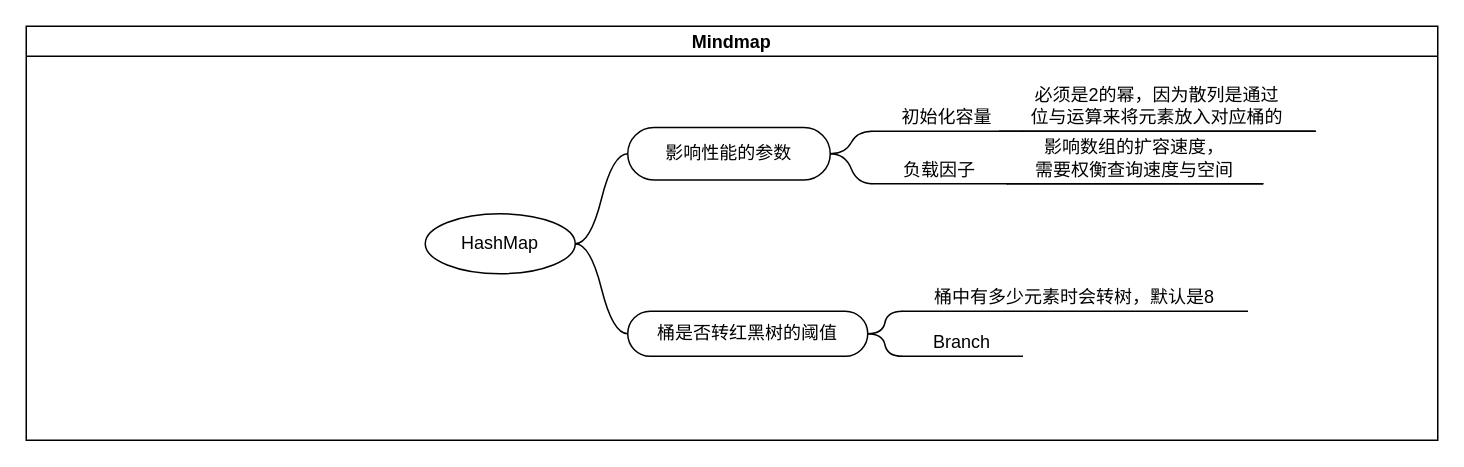
Earlier version of the draw.io diagram draw/HashMap源码.drawio (yaniv-walker/note_images). Source tidied: cells renumbered, new cells numbered last; positions are measured from the earlier drawing's top-left corner, leaving out a move shared by most shapes. Both pictures are drawn from the tidied source at 150%, with x=0, y=0 at pixel (26, 26).
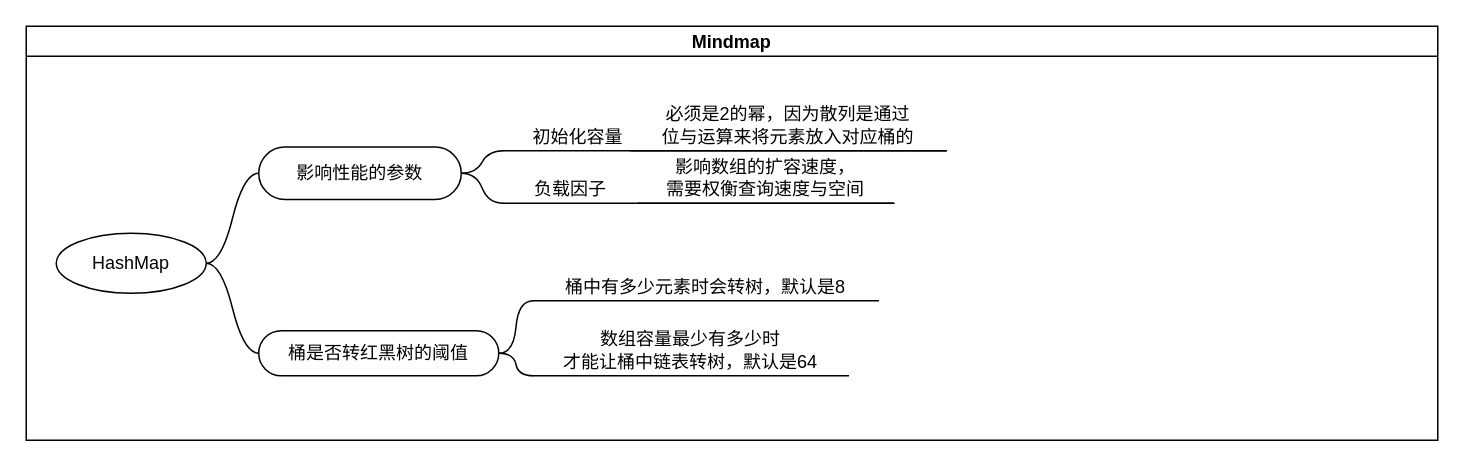
After the change.

Change to the diagram source:
```diff
@@
 <mxGraphModel>
   <root>
     <mxCell id="0" />
     <mxCell id="1" parent="0" />
     <mxCell id="2" value="Mindmap" style="swimlane;startSize=20;horizontal=1;containerType=tree;" parent="1" vertex="1">
       <mxGeometry width="941" height="276" as="geometry" />
     </mxCell>
     <mxCell id="3" style="edgeStyle=entityRelationEdgeStyle;startArrow=none;endArrow=none;segment=10;curved=1;sourcePerimeterSpacing=0;targetPerimeterSpacing=0;rounded=0;" parent="2" edge="1" source="4" target="5">
       <mxGeometry relative="1" as="geometry" />
     </mxCell>
     <mxCell id="4" value="HashMap" style="ellipse;whiteSpace=wrap;html=1;align=center;newEdgeStyle={&quot;edgeStyle&quot;:&quot;entityRelationEdgeStyle&quot;,&quot;startArrow&quot;:&quot;none&quot;,&quot;endArrow&quot;:&quot;none&quot;,&quot;segment&quot;:10,&quot;curved&quot;:1,&quot;sourcePerimeterSpacing&quot;:0,&quot;targetPerimeterSpacing&quot;:0};" parent="2" vertex="1">
-      <mxGeometry x="266" y="125" width="100" height="40" as="geometry" />
+      <mxGeometry x="20" y="138" width="100" height="40" as="geometry" />
     </mxCell>
     <mxCell id="5" value="影响性能的参数" style="whiteSpace=wrap;html=1;rounded=1;arcSize=50;align=center;verticalAlign=middle;strokeWidth=1;spacing=4;newEdgeStyle={&quot;edgeStyle&quot;:&quot;entityRelationEdgeStyle&quot;,&quot;startArrow&quot;:&quot;none&quot;,&quot;endArrow&quot;:&quot;none&quot;,&quot;segment&quot;:10,&quot;curved&quot;:1,&quot;sourcePerimeterSpacing&quot;:0,&quot;targetPerimeterSpacing&quot;:0};" parent="2" vertex="1">
-      <mxGeometry x="401" y="67.5" width="135" height="35" as="geometry" />
+      <mxGeometry x="155" y="80.5" width="135" height="35" as="geometry" />
     </mxCell>
     <mxCell id="6" value="初始化容量" style="whiteSpace=wrap;html=1;shape=partialRectangle;top=0;left=0;bottom=1;right=0;points=[[0,1],[1,1]];fillColor=none;align=center;verticalAlign=bottom;routingCenterY=0.5;snapToPoint=1;newEdgeStyle={&quot;edgeStyle&quot;:&quot;entityRelationEdgeStyle&quot;,&quot;startArrow&quot;:&quot;none&quot;,&quot;endArrow&quot;:&quot;none&quot;,&quot;segment&quot;:10,&quot;curved&quot;:1,&quot;sourcePerimeterSpacing&quot;:0,&quot;targetPerimeterSpacing&quot;:0};" parent="2" vertex="1">
-      <mxGeometry x="564" y="40" width="100" height="30" as="geometry" />
+      <mxGeometry x="318" y="53" width="100" height="30" as="geometry" />
     </mxCell>
     <mxCell id="7" style="edgeStyle=entityRelationEdgeStyle;startArrow=none;endArrow=none;segment=10;curved=1;sourcePerimeterSpacing=0;targetPerimeterSpacing=0;rounded=0;exitX=1;exitY=0.5;exitDx=0;exitDy=0;" parent="2" edge="1" source="5" target="6">
       <mxGeometry relative="1" as="geometry" />
     </mxCell>
     <mxCell id="8" value="负载因子" style="whiteSpace=wrap;html=1;shape=partialRectangle;top=0;left=0;bottom=1;right=0;points=[[0,1],[1,1]];fillColor=none;align=center;verticalAlign=bottom;routingCenterY=0.5;snapToPoint=1;newEdgeStyle={&quot;edgeStyle&quot;:&quot;entityRelationEdgeStyle&quot;,&quot;startArrow&quot;:&quot;none&quot;,&quot;endArrow&quot;:&quot;none&quot;,&quot;segment&quot;:10,&quot;curved&quot;:1,&quot;sourcePerimeterSpacing&quot;:0,&quot;targetPerimeterSpacing&quot;:0};" parent="2" vertex="1">
-      <mxGeometry x="564" y="75" width="90" height="30" as="geometry" />
+      <mxGeometry x="318" y="88" width="90" height="30" as="geometry" />
     </mxCell>
     <mxCell id="9" style="edgeStyle=entityRelationEdgeStyle;startArrow=none;endArrow=none;segment=10;curved=1;sourcePerimeterSpacing=0;targetPerimeterSpacing=0;rounded=0;exitX=1;exitY=0.5;exitDx=0;exitDy=0;" parent="2" edge="1" source="5" target="8">
       <mxGeometry relative="1" as="geometry" />
     </mxCell>
     <mxCell id="10" style="edgeStyle=entityRelationEdgeStyle;startArrow=none;endArrow=none;segment=10;curved=1;sourcePerimeterSpacing=0;targetPerimeterSpacing=0;rounded=0;exitX=1;exitY=1;exitDx=0;exitDy=0;" parent="2" edge="1" source="6" target="11">
       <mxGeometry relative="1" as="geometry" />
     </mxCell>
     <mxCell id="11" value="必须是2的幂，因为散列是通过&lt;br&gt;位与运算来将元素放入对应桶的" style="whiteSpace=wrap;html=1;shape=partialRectangle;top=0;left=0;bottom=1;right=0;points=[[0,1],[1,1]];fillColor=none;align=center;verticalAlign=bottom;routingCenterY=0.5;snapToPoint=1;newEdgeStyle={&quot;edgeStyle&quot;:&quot;entityRelationEdgeStyle&quot;,&quot;startArrow&quot;:&quot;none&quot;,&quot;endArrow&quot;:&quot;none&quot;,&quot;segment&quot;:10,&quot;curved&quot;:1,&quot;sourcePerimeterSpacing&quot;:0,&quot;targetPerimeterSpacing&quot;:0};" parent="2" vertex="1">
-      <mxGeometry x="649" y="30" width="210" height="40" as="geometry" />
+      <mxGeometry x="403" y="43" width="210" height="40" as="geometry" />
     </mxCell>
     <mxCell id="12" style="edgeStyle=entityRelationEdgeStyle;startArrow=none;endArrow=none;segment=10;curved=1;sourcePerimeterSpacing=0;targetPerimeterSpacing=0;rounded=0;exitX=1;exitY=1;exitDx=0;exitDy=0;" parent="2" edge="1" source="8" target="13">
       <mxGeometry relative="1" as="geometry" />
     </mxCell>
     <mxCell id="13" value="影响数组的扩容速度，&lt;br&gt;需要权衡查询速度与空间" style="whiteSpace=wrap;html=1;shape=partialRectangle;top=0;left=0;bottom=1;right=0;points=[[0,1],[1,1]];fillColor=none;align=center;verticalAlign=bottom;routingCenterY=0.5;snapToPoint=1;newEdgeStyle={&quot;edgeStyle&quot;:&quot;entityRelationEdgeStyle&quot;,&quot;startArrow&quot;:&quot;none&quot;,&quot;endArrow&quot;:&quot;none&quot;,&quot;segment&quot;:10,&quot;curved&quot;:1,&quot;sourcePerimeterSpacing&quot;:0,&quot;targetPerimeterSpacing&quot;:0};" parent="2" vertex="1">
-      <mxGeometry x="654" y="65" width="170" height="40" as="geometry" />
+      <mxGeometry x="408" y="78" width="170" height="40" as="geometry" />
     </mxCell>
     <mxCell id="14" style="edgeStyle=entityRelationEdgeStyle;startArrow=none;endArrow=none;segment=10;curved=1;sourcePerimeterSpacing=0;targetPerimeterSpacing=0;rounded=0;" parent="2" edge="1" source="4" target="15">
       <mxGeometry relative="1" as="geometry" />
     </mxCell>
     <mxCell id="15" value="桶是否转红黑树的阈值" style="whiteSpace=wrap;html=1;rounded=1;arcSize=50;align=center;verticalAlign=middle;strokeWidth=1;spacing=4;newEdgeStyle={&quot;edgeStyle&quot;:&quot;entityRelationEdgeStyle&quot;,&quot;startArrow&quot;:&quot;none&quot;,&quot;endArrow&quot;:&quot;none&quot;,&quot;segment&quot;:10,&quot;curved&quot;:1,&quot;sourcePerimeterSpacing&quot;:0,&quot;targetPerimeterSpacing&quot;:0};" parent="2" vertex="1">
-      <mxGeometry x="401" y="190" width="160" height="30" as="geometry" />
+      <mxGeometry x="155" y="203" width="160" height="30" as="geometry" />
     </mxCell>
     <mxCell id="16" value="桶中有多少元素时会转树，默认是8" style="whiteSpace=wrap;html=1;shape=partialRectangle;top=0;left=0;bottom=1;right=0;points=[[0,1],[1,1]];fillColor=none;align=center;verticalAlign=bottom;routingCenterY=0.5;snapToPoint=1;newEdgeStyle={&quot;edgeStyle&quot;:&quot;entityRelationEdgeStyle&quot;,&quot;startArrow&quot;:&quot;none&quot;,&quot;endArrow&quot;:&quot;none&quot;,&quot;segment&quot;:10,&quot;curved&quot;:1,&quot;sourcePerimeterSpacing&quot;:0,&quot;targetPerimeterSpacing&quot;:0};" parent="2" vertex="1">
-      <mxGeometry x="584" y="160" width="230" height="30" as="geometry" />
+      <mxGeometry x="338" y="153" width="230" height="30" as="geometry" />
     </mxCell>
     <mxCell id="17" style="edgeStyle=entityRelationEdgeStyle;startArrow=none;endArrow=none;segment=10;curved=1;sourcePerimeterSpacing=0;targetPerimeterSpacing=0;rounded=0;" parent="2" edge="1" source="15" target="16">
-      <mxGeometry x="641" y="195" as="geometry" />
+      <mxGeometry x="395" y="208" as="geometry" />
     </mxCell>
     <mxCell id="18" style="edgeStyle=entityRelationEdgeStyle;startArrow=none;endArrow=none;segment=10;curved=1;sourcePerimeterSpacing=0;targetPerimeterSpacing=0;rounded=0;" parent="2" edge="1" source="15" target="19">
-      <mxGeometry x="641" y="195" as="geometry" />
+      <mxGeometry x="395" y="208" as="geometry" />
     </mxCell>
-    <mxCell id="19" value="Branch" style="whiteSpace=wrap;html=1;shape=partialRectangle;top=0;left=0;bottom=1;right=0;points=[[0,1],[1,1]];fillColor=none;align=center;verticalAlign=bottom;routingCenterY=0.5;snapToPoint=1;newEdgeStyle={&quot;edgeStyle&quot;:&quot;entityRelationEdgeStyle&quot;,&quot;startArrow&quot;:&quot;none&quot;,&quot;endArrow&quot;:&quot;none&quot;,&quot;segment&quot;:10,&quot;curved&quot;:1,&quot;sourcePerimeterSpacing&quot;:0,&quot;targetPerimeterSpacing&quot;:0};" parent="2" vertex="1">
-      <mxGeometry x="584" y="200" width="80" height="20" as="geometry" />
+    <mxCell id="19" value="数组容量最少有多少时&lt;br&gt;才能让桶中链表转树，默认是64" style="whiteSpace=wrap;html=1;shape=partialRectangle;top=0;left=0;bottom=1;right=0;points=[[0,1],[1,1]];fillColor=none;align=center;verticalAlign=bottom;routingCenterY=0.5;snapToPoint=1;newEdgeStyle={&quot;edgeStyle&quot;:&quot;entityRelationEdgeStyle&quot;,&quot;startArrow&quot;:&quot;none&quot;,&quot;endArrow&quot;:&quot;none&quot;,&quot;segment&quot;:10,&quot;curved&quot;:1,&quot;sourcePerimeterSpacing&quot;:0,&quot;targetPerimeterSpacing&quot;:0};" parent="2" vertex="1">
+      <mxGeometry x="338" y="193" width="210" height="40" as="geometry" />
     </mxCell>
   </root>
 </mxGraphModel>
```
